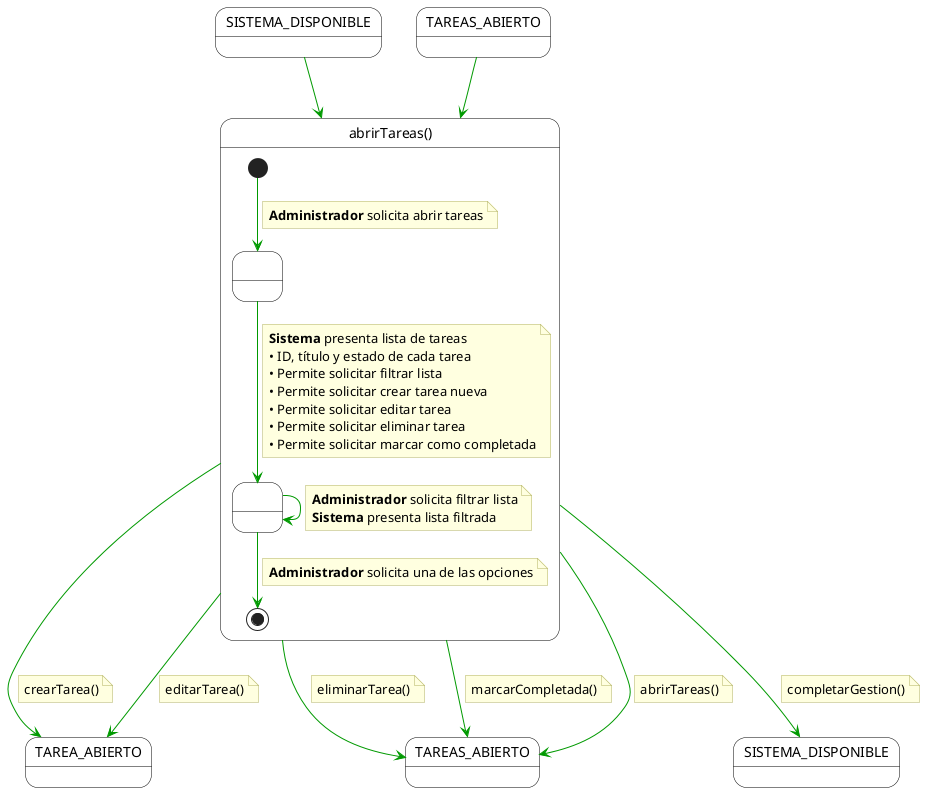
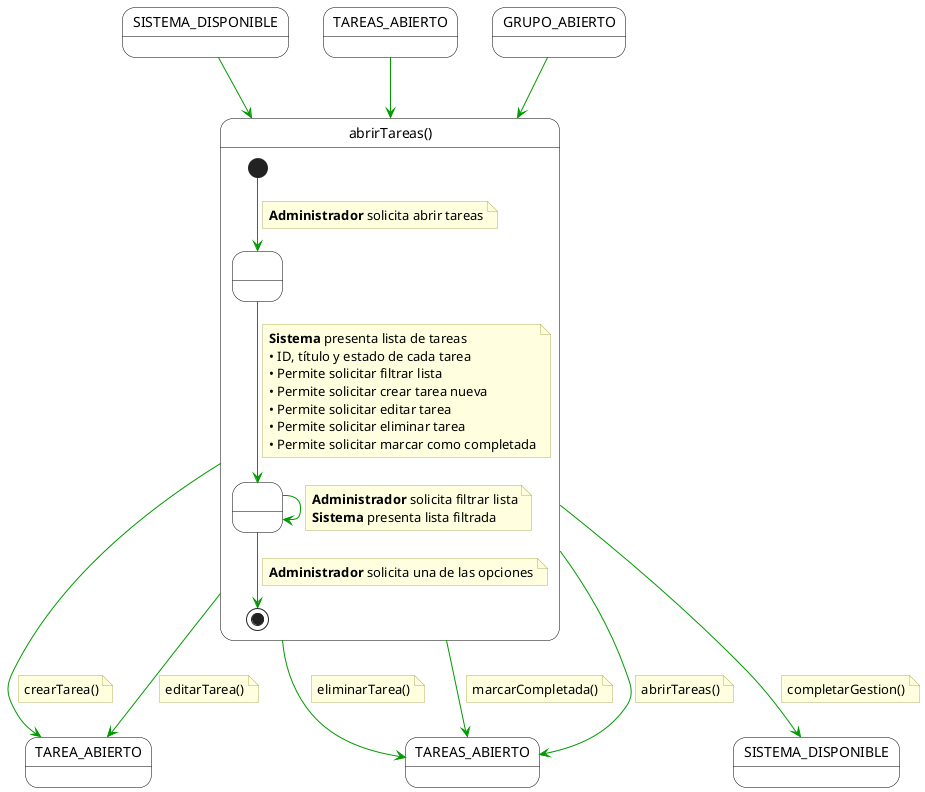
@startuml abrirTareas
skinparam monochrome false
skinparam shadow false
top to bottom direction

skinparam state {
    BackgroundColor White
    BorderColor Black
    ArrowColor #009900
    StartColor Black
    EndColor Black
}

skinparam note {
    BackgroundColor #FFFFE0
    BorderColor #B0B060
    FontName Arial
}

state "SISTEMA_DISPONIBLE" as Inicio
state "TAREAS_ABIERTO" as EntradaLista
+ state "GRUPO_ABIERTO" as GrupoAbierto

state "abrirTareas()" as AbrirTareasContainer {
    top to bottom direction

    state " " as PasoInicial
    state " " as PasoLista

    [*] --> PasoInicial
    note on link
        **Administrador** solicita abrir tareas
    end note

    PasoInicial --> PasoLista
    note on link
        **Sistema** presenta lista de tareas
        • ID, título y estado de cada tarea
        • Permite solicitar filtrar lista
        • Permite solicitar crear tarea nueva
        • Permite solicitar editar tarea
        • Permite solicitar eliminar tarea
        • Permite solicitar marcar como completada
    end note

    PasoLista -right-> PasoLista
    note on link
        **Administrador** solicita filtrar lista
        **Sistema** presenta lista filtrada
    end note

    PasoLista --> [*]
    note on link
        **Administrador** solicita una de las opciones
    end note
}

state "TAREA_ABIERTO" as FinDetalle
state "TAREAS_ABIERTO" as SalidaLista
state "SISTEMA_DISPONIBLE" as SalidaSistema

Inicio --> AbrirTareasContainer
EntradaLista --> AbrirTareasContainer
+ GrupoAbierto --> AbrirTareasContainer

AbrirTareasContainer --> FinDetalle
note on link
  crearTarea()
end note

AbrirTareasContainer --> FinDetalle
note on link
  editarTarea()
end note

AbrirTareasContainer --> SalidaLista
note on link
  eliminarTarea()
end note

AbrirTareasContainer --> SalidaLista
note on link
  marcarCompletada()
end note

AbrirTareasContainer --> SalidaLista
note on link
  abrirTareas()
end note

AbrirTareasContainer --> SalidaSistema
note on link
  completarGestion()
end note

@enduml